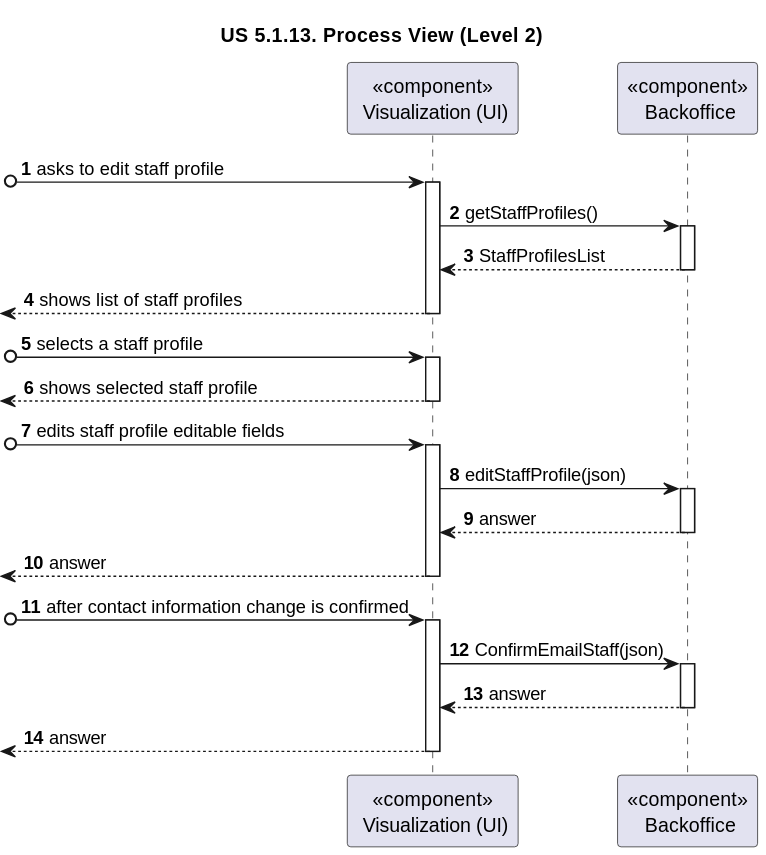
Earlier version of the PlantUML export docs/sprint-2/1221933/us-6.2.11/diagrams/n2/process-view-nivel2.svg (rita-barbosa/LAPR5-2425). The source it was exported from:
```plantuml
@startuml

title "US 5.1.13. Process View (Level 2)"

autonumber

participant "<<component>>\n Visualization (UI)" as UI
participant "<<component>>\n Backoffice" as BACK


[o-> UI : asks to edit staff profile
activate UI

UI -> BACK : getStaffProfiles()
activate BACK

BACK --> UI : StaffProfilesList
deactivate BACK


<-- UI : shows list of staff profiles
deactivate UI


[o-> UI : selects a staff profile
activate UI

<-- UI : shows selected staff profile
deactivate UI


[o-> UI : edits staff profile editable fields
activate UI

UI -> BACK : editStaffProfile(json)
activate BACK

BACK --> UI : answer
deactivate BACK

<-- UI : answer
deactivate UI

[o-> UI : after contact information change is confirmed
activate UI

UI -> BACK : ConfirmEmailStaff(json)
activate BACK

BACK --> UI : answer
deactivate BACK

<-- UI : answer
deactivate UI
@enduml
```
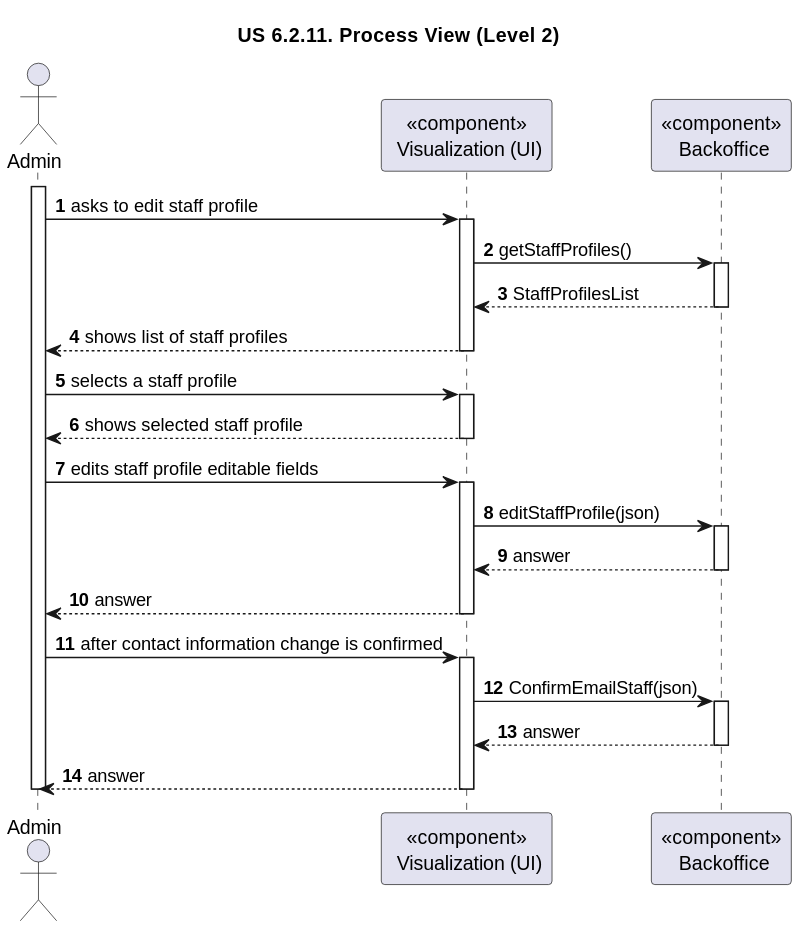
Above is the later version.

Commit message:
DG38-337 | docs: adds process view of design.

What changed in the source:
```diff
@@ -1,14 +1,15 @@
 @startuml
 
-title "US 5.1.13. Process View (Level 2)"
+title "US 6.2.11. Process View (Level 2)"
 
 autonumber
 
+actor Admin as ADM
 participant "<<component>>\n Visualization (UI)" as UI
 participant "<<component>>\n Backoffice" as BACK
 
-
-[o-> UI : asks to edit staff profile
+activate ADM
+ADM -> UI : asks to edit staff profile
 activate UI
 
 UI -> BACK : getStaffProfiles()
@@ -18,18 +19,18 @@
 deactivate BACK
 
 
-<-- UI : shows list of staff profiles
+ADM <-- UI : shows list of staff profiles
 deactivate UI
 
 
-[o-> UI : selects a staff profile
+ADM -> UI : selects a staff profile
 activate UI
 
-<-- UI : shows selected staff profile
+ADM <-- UI : shows selected staff profile
 deactivate UI
 
 
-[o-> UI : edits staff profile editable fields
+ADM -> UI : edits staff profile editable fields
 activate UI
 
 UI -> BACK : editStaffProfile(json)
@@ -38,10 +39,10 @@
 BACK --> UI : answer
 deactivate BACK
 
-<-- UI : answer
+ADM <-- UI : answer
 deactivate UI
 
-[o-> UI : after contact information change is confirmed
+ADM -> UI : after contact information change is confirmed
 activate UI
 
 UI -> BACK : ConfirmEmailStaff(json)
@@ -50,6 +51,7 @@
 BACK --> UI : answer
 deactivate BACK
 
-<-- UI : answer
+ADM <-- UI : answer
 deactivate UI
+deactivate ADM
 @enduml
```
